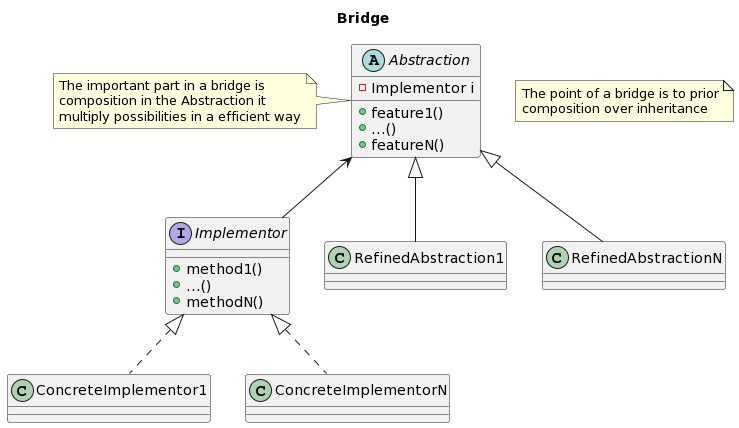
slr3073/Software_Engineering keeps this PlantUML diagram as Design Patterns/Structural/Bridge/UML.png. Above is the earlier version.
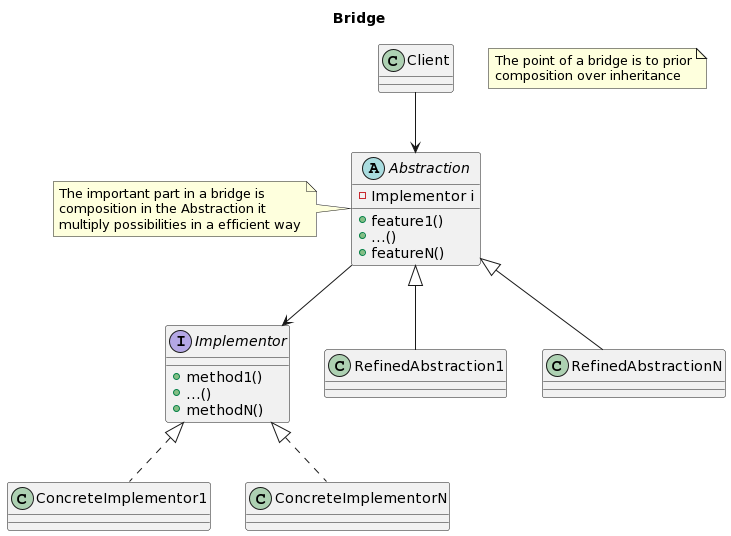
The same diagram one commit later.

The edit, as a diff of the source:
```diff
@@ -15,11 +15,16 @@
     + featureN()
 }
 
+Client --> Abstraction
+Abstraction --> Implementor
+
 Implementor <|.. ConcreteImplementor1
 Implementor <|.. ConcreteImplementorN
 
 Abstraction <|-- RefinedAbstraction1
 Abstraction <|-- RefinedAbstractionN
+
+
 
 note left of Abstraction
     The important part in a bridge is
@@ -31,6 +36,4 @@
     The point of a bridge is to prior
     composition over inheritance
 end note
-
-Abstraction <-- Implementor
 @enduml
```
